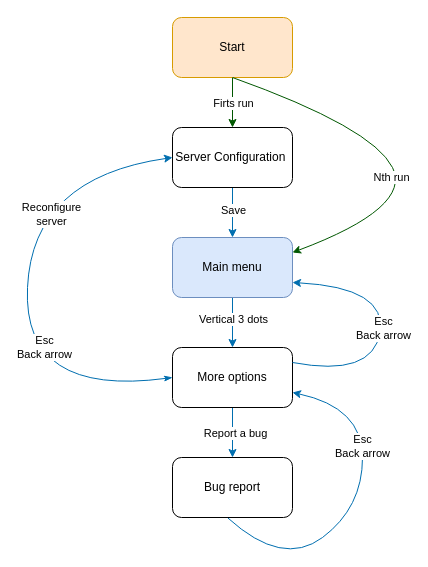
xalpol12/kuka-ar keeps this draw.io diagram as documentation/UI/General/UserJourney.drawio. Above is the earlier version. Source tidied: cells renumbered, new cells numbered last; positions are measured from the earlier drawing's top-left corner, leaving out a move shared by most shapes. Both pictures are drawn from the tidied source at 100%, with x=0, y=0 at pixel (22, 17).
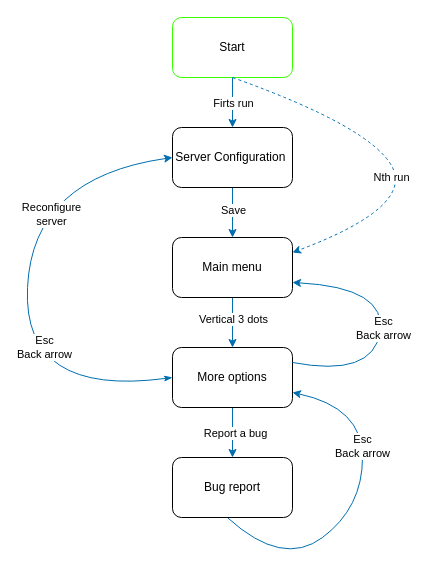
Above is the later version.

The change refers to these unchanged cells:
```xml
<mxCell id="7" value="Server Configuration&amp;nbsp;" style="rounded=1;whiteSpace=wrap;html=1;" parent="1" vertex="1">
  <mxGeometry x="150" y="110" width="120" height="60" as="geometry" />
</mxCell>
```

What changed in the source:
```diff
@@
-    <mxCell id="2" style="edgeStyle=orthogonalEdgeStyle;rounded=0;jettySize=auto;html=1;fillColor=#008a00;strokeColor=#005700;" parent="1" edge="1" source="4" target="7">
+    <mxCell id="2" style="edgeStyle=orthogonalEdgeStyle;rounded=0;jettySize=auto;html=1;fillColor=#1ba1e2;strokeColor=#006EAF;" parent="1" edge="1" source="4" target="7">
       <mxGeometry relative="1" as="geometry">
         <Array as="points">
           <mxPoint x="210" y="80" />
           <mxPoint x="210" y="80" />
         </Array>
       </mxGeometry>
     </mxCell>
@@
-    <mxCell id="4" value="Start" style="rounded=1;whiteSpace=wrap;html=1;fillColor=#ffe6cc;strokeColor=#d79b00;" parent="1" vertex="1">
+    <mxCell id="4" value="Start" style="rounded=1;whiteSpace=wrap;html=1;strokeColor=#37ff00;" parent="1" vertex="1">
       <mxGeometry x="150" width="120" height="60" as="geometry" />
     </mxCell>
@@
-    <mxCell id="10" value="Main menu" style="rounded=1;whiteSpace=wrap;html=1;fillColor=#dae8fc;strokeColor=#6c8ebf;" parent="1" vertex="1">
+    <mxCell id="10" value="Main menu" style="rounded=1;whiteSpace=wrap;html=1;" parent="1" vertex="1">
       <mxGeometry x="150" y="220" width="120" height="60" as="geometry" />
     </mxCell>
@@
-    <mxCell id="18" style="curved=1;endArrow=classic;html=1;rounded=0;fillColor=#008a00;strokeColor=#005700;entryX=1;entryY=0.25;entryDx=0;entryDy=0;" parent="1" edge="1" target="10">
+    <mxCell id="18" style="curved=1;endArrow=classic;html=1;rounded=0;fillColor=#1ba1e2;strokeColor=#006EAF;entryX=1;entryY=0.25;entryDx=0;entryDy=0;dashed=1;" parent="1" edge="1" target="10">
       <mxGeometry relative="1" as="geometry">
         <mxPoint x="210" y="60" as="sourcePoint" />
         <Array as="points">
           <mxPoint x="350" y="110" />
           <mxPoint x="390" y="190" />
         </Array>
       </mxGeometry>
     </mxCell>
```
